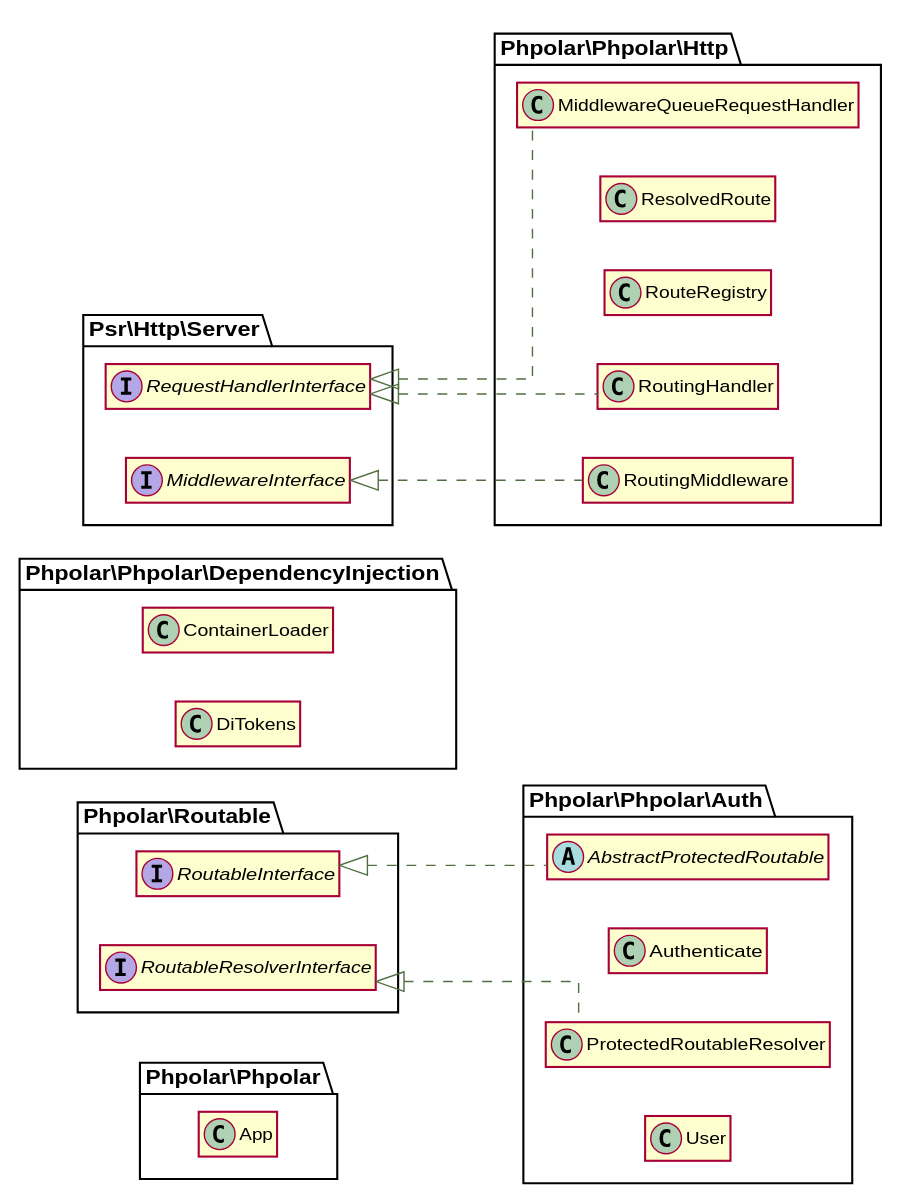
Above: docs/graphs/classes.svg in phpolar/phpolar (PlantUML), before the change.
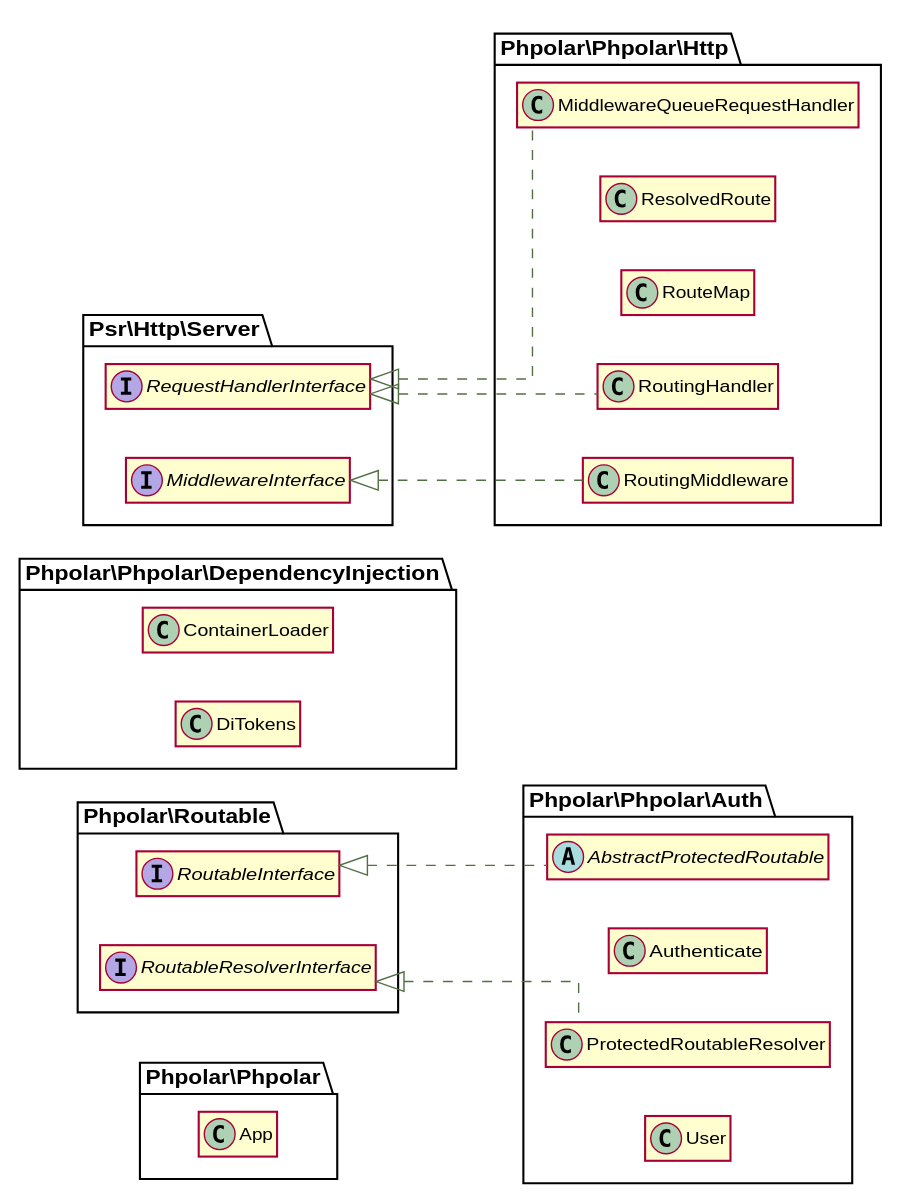
Later version of the same file.

What changed in the source:
```diff
@@ -40,7 +40,7 @@
 class \\Phpolar\\Phpolar\\Http\\ResolvedRoute {
 }
 
-class \\Phpolar\\Phpolar\\Http\\RouteRegistry {
+class \\Phpolar\\Phpolar\\Http\\RouteMap {
 }
 
 class \\Phpolar\\Phpolar\\Http\\RoutingHandler implements \\Psr\\Http\\Server\\RequestHandlerInterface {
```
